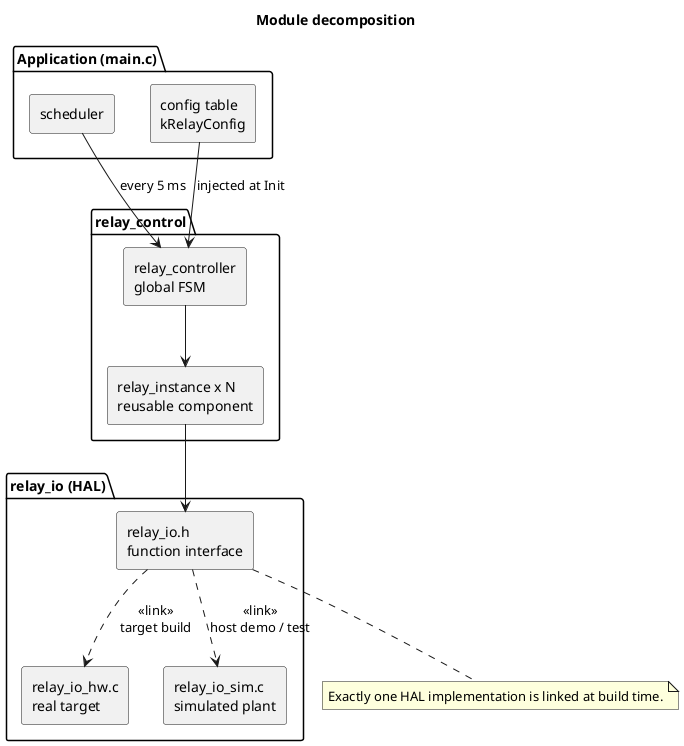
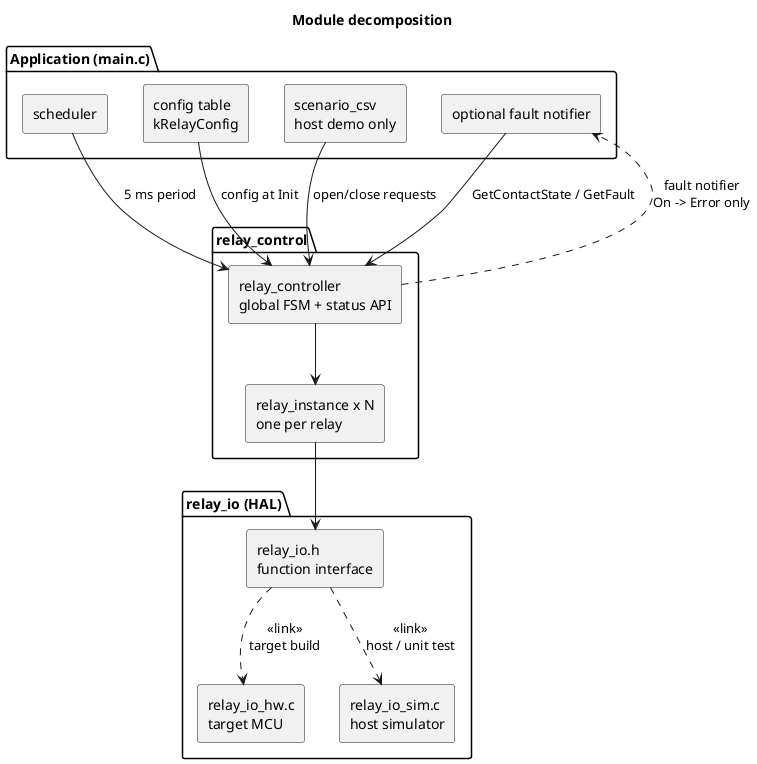
@startuml module_decomposition
title Module decomposition

skinparam componentStyle rectangle
skinparam shadowing false

package "Application (main.c)" {
  [scheduler] as SCH
  [config table\nkRelayConfig] as CFG
+   [scenario_csv\nhost demo only] as SCN
+   [optional fault notifier] as FN
}

package "relay_control" {
-   [relay_controller\nglobal FSM] as RH
-   [relay_instance x N\nreusable component] as RI
+   [relay_controller\nglobal FSM + status API] as RH
+   [relay_instance x N\none per relay] as RI
}

package "relay_io (HAL)" {
  [relay_io.h\nfunction interface] as IF
-   [relay_io_hw.c\nreal target] as HW
-   [relay_io_sim.c\nsimulated plant] as SIM
+   [relay_io_hw.c\ntarget MCU] as HW
+   [relay_io_sim.c\nhost simulator] as SIM
}

- CFG --> RH : injected at Init
- SCH --> RH : every 5 ms
+ CFG --> RH : config at Init
+ SCN --> RH : open/close requests
+ SCH --> RH : 5 ms period
RH --> RI
+ RH ..> FN : fault notifier\nOn -> Error only
+ FN --> RH : GetContactState / GetFault
RI --> IF
IF ..> HW : <<link>>\ntarget build
- IF ..> SIM : <<link>>\nhost demo / test
- 
- note bottom of IF
-   Exactly one HAL implementation is linked at build time.
- end note
+ IF ..> SIM : <<link>>\nhost / unit test

@enduml
